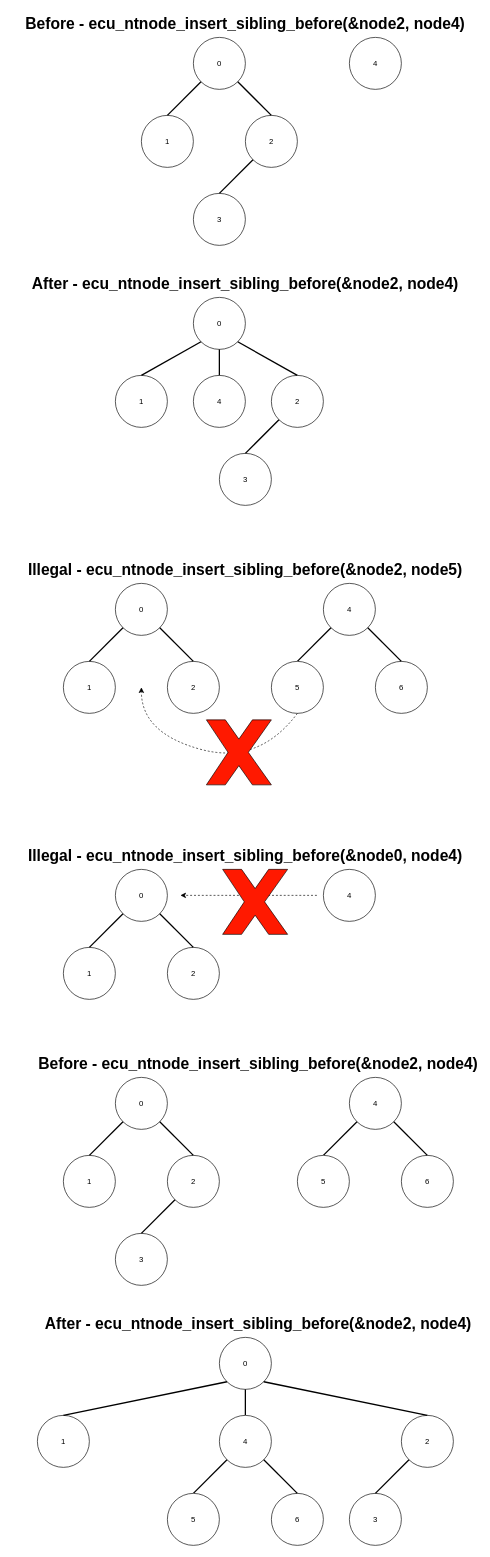
ress059/ecu keeps this draw.io diagram as page "ecu_ntnode_insert_sibling_before" (13 of 36) of doc/images/ntnode/ntnode.drawio. Above is the earlier version. Source tidied: cells renumbered, new cells numbered last; positions are measured from the earlier drawing's top-left corner, leaving out a move shared by most shapes. Both pictures are drawn from the tidied source at 65%, with x=0, y=0 at pixel (11, 11).
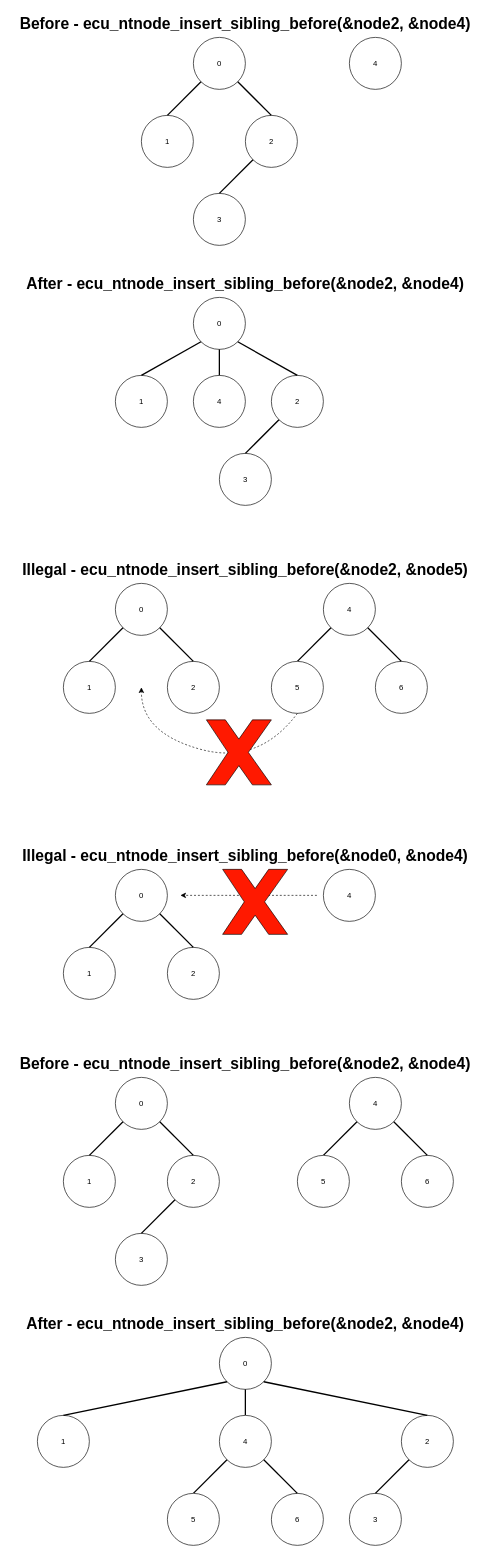
The same page after the edit.

The edit, as a diff of the source:
```diff
@@
-    <mxCell id="10" value="&lt;b&gt;&lt;font style=&quot;font-size: 24px;&quot;&gt;Before - ecu_ntnode_insert_sibling_before(&amp;amp;node2, node4)&lt;/font&gt;&lt;/b&gt;" style="text;html=1;strokeColor=none;fillColor=none;align=center;verticalAlign=middle;whiteSpace=wrap;rounded=0;" parent="1" vertex="1">
+    <mxCell id="10" value="&lt;b&gt;&lt;font style=&quot;font-size: 24px;&quot;&gt;Before - ecu_ntnode_insert_sibling_before(&amp;amp;node2, &amp;amp;node4)&lt;/font&gt;&lt;/b&gt;" style="text;html=1;strokeColor=none;fillColor=none;align=center;verticalAlign=middle;whiteSpace=wrap;rounded=0;" parent="1" vertex="1">
       <mxGeometry width="720" height="40" as="geometry" />
     </mxCell>
@@
-    <mxCell id="19" value="&lt;b&gt;&lt;font style=&quot;font-size: 24px;&quot;&gt;After - ecu_ntnode_insert_sibling_before(&amp;amp;node2, node4)&lt;/font&gt;&lt;/b&gt;" style="text;html=1;strokeColor=none;fillColor=none;align=center;verticalAlign=middle;whiteSpace=wrap;rounded=0;" parent="1" vertex="1">
+    <mxCell id="19" value="&lt;b&gt;&lt;font style=&quot;font-size: 24px;&quot;&gt;After - ecu_ntnode_insert_sibling_before(&amp;amp;node2, &amp;amp;node4)&lt;/font&gt;&lt;/b&gt;" style="text;html=1;strokeColor=none;fillColor=none;align=center;verticalAlign=middle;whiteSpace=wrap;rounded=0;" parent="1" vertex="1">
       <mxGeometry y="400" width="720" height="40" as="geometry" />
     </mxCell>
@@
-    <mxCell id="29" value="&lt;b&gt;&lt;font style=&quot;font-size: 24px;&quot;&gt;Before - ecu_ntnode_insert_sibling_before(&amp;amp;node2, node4)&lt;/font&gt;&lt;/b&gt;" style="text;html=1;strokeColor=none;fillColor=none;align=center;verticalAlign=middle;whiteSpace=wrap;rounded=0;" parent="1" vertex="1">
-      <mxGeometry x="40" y="1600" width="680" height="40" as="geometry" />
+    <mxCell id="29" value="&lt;b&gt;&lt;font style=&quot;font-size: 24px;&quot;&gt;Before - ecu_ntnode_insert_sibling_before(&amp;amp;node2, &amp;amp;node4)&lt;/font&gt;&lt;/b&gt;" style="text;html=1;strokeColor=none;fillColor=none;align=center;verticalAlign=middle;whiteSpace=wrap;rounded=0;" parent="1" vertex="1">
+      <mxGeometry y="1600" width="720" height="40" as="geometry" />
     </mxCell>
@@
-    <mxCell id="37" value="&lt;b&gt;&lt;font style=&quot;font-size: 24px;&quot;&gt;After - ecu_ntnode_insert_sibling_before(&amp;amp;node2, node4)&lt;/font&gt;&lt;/b&gt;" style="text;html=1;strokeColor=none;fillColor=none;align=center;verticalAlign=middle;whiteSpace=wrap;rounded=0;" parent="1" vertex="1">
-      <mxGeometry x="40" y="2000" width="680" height="40" as="geometry" />
+    <mxCell id="37" value="&lt;b&gt;&lt;font style=&quot;font-size: 24px;&quot;&gt;After - ecu_ntnode_insert_sibling_before(&amp;amp;node2, &amp;amp;node4)&lt;/font&gt;&lt;/b&gt;" style="text;html=1;strokeColor=none;fillColor=none;align=center;verticalAlign=middle;whiteSpace=wrap;rounded=0;" parent="1" vertex="1">
+      <mxGeometry y="2000" width="720" height="40" as="geometry" />
     </mxCell>
@@
-    <mxCell id="54" value="&lt;b&gt;&lt;font style=&quot;font-size: 24px;&quot;&gt;Illegal - ecu_ntnode_insert_sibling_before(&amp;amp;node2, node5)&lt;/font&gt;&lt;/b&gt;" style="text;html=1;strokeColor=none;fillColor=none;align=center;verticalAlign=middle;whiteSpace=wrap;rounded=0;" parent="1" vertex="1">
+    <mxCell id="54" value="&lt;b&gt;&lt;font style=&quot;font-size: 24px;&quot;&gt;Illegal - ecu_ntnode_insert_sibling_before(&amp;amp;node2, &amp;amp;node5)&lt;/font&gt;&lt;/b&gt;" style="text;html=1;strokeColor=none;fillColor=none;align=center;verticalAlign=middle;whiteSpace=wrap;rounded=0;" parent="1" vertex="1">
       <mxGeometry y="840" width="720" height="40" as="geometry" />
     </mxCell>
@@
-    <mxCell id="67" value="&lt;b&gt;&lt;font style=&quot;font-size: 24px;&quot;&gt;Illegal - ecu_ntnode_insert_sibling_before(&amp;amp;node0, node4)&lt;/font&gt;&lt;/b&gt;" style="text;html=1;strokeColor=none;fillColor=none;align=center;verticalAlign=middle;whiteSpace=wrap;rounded=0;" parent="1" vertex="1">
+    <mxCell id="67" value="&lt;b&gt;&lt;font style=&quot;font-size: 24px;&quot;&gt;Illegal - ecu_ntnode_insert_sibling_before(&amp;amp;node0, &amp;amp;node4)&lt;/font&gt;&lt;/b&gt;" style="text;html=1;strokeColor=none;fillColor=none;align=center;verticalAlign=middle;whiteSpace=wrap;rounded=0;" parent="1" vertex="1">
       <mxGeometry y="1280" width="720" height="40" as="geometry" />
     </mxCell>
```
